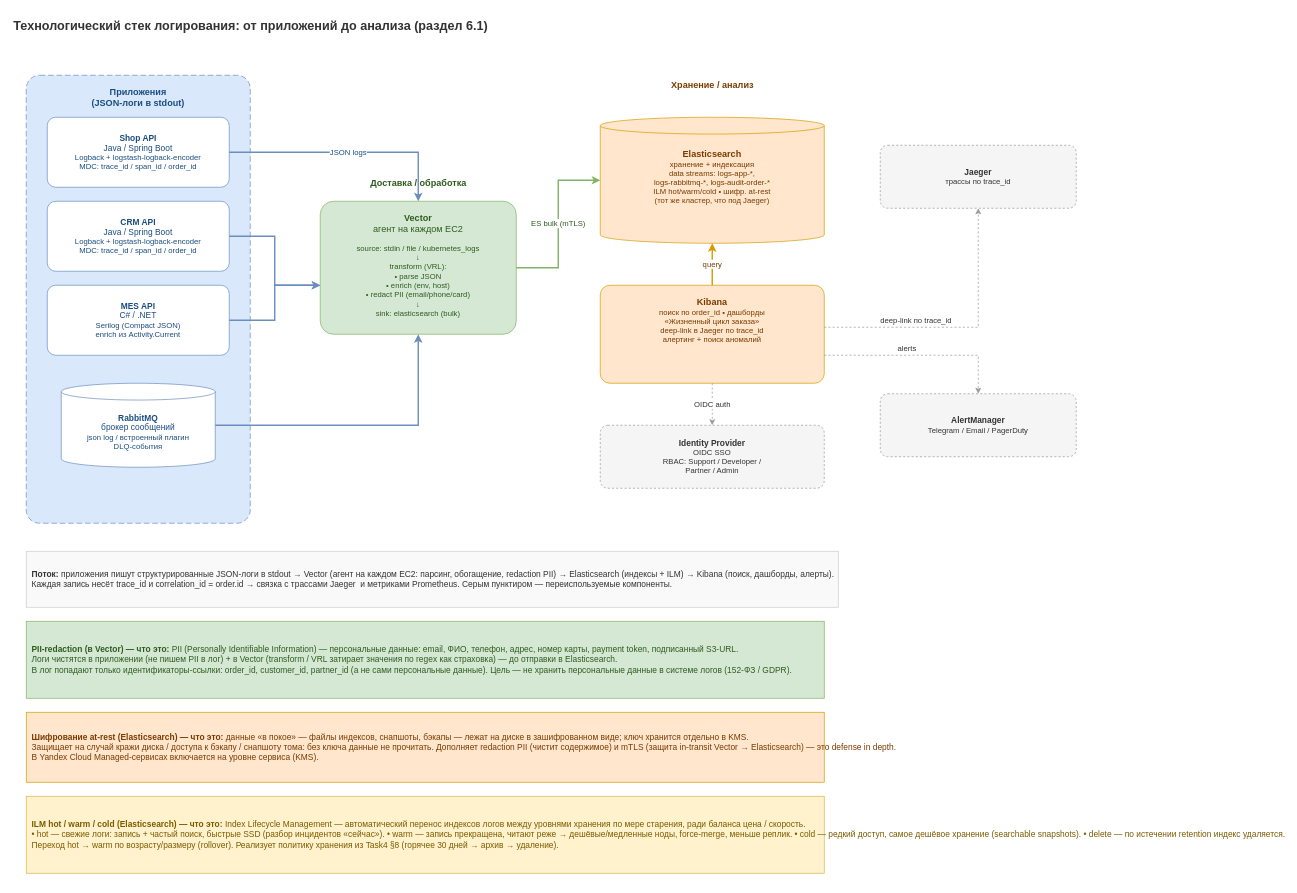
This is Task4/logging_pipeline.drawio from akrasnikov-practicum-yandex/architecture-alexandrite, a draw.io file, before an edit. Source tidied: cells renumbered, new cells numbered last; positions are measured from the earlier drawing's top-left corner, leaving out a move shared by most shapes. Both pictures are drawn from the tidied source at 70%, with x=0, y=0 at pixel (12, 12).
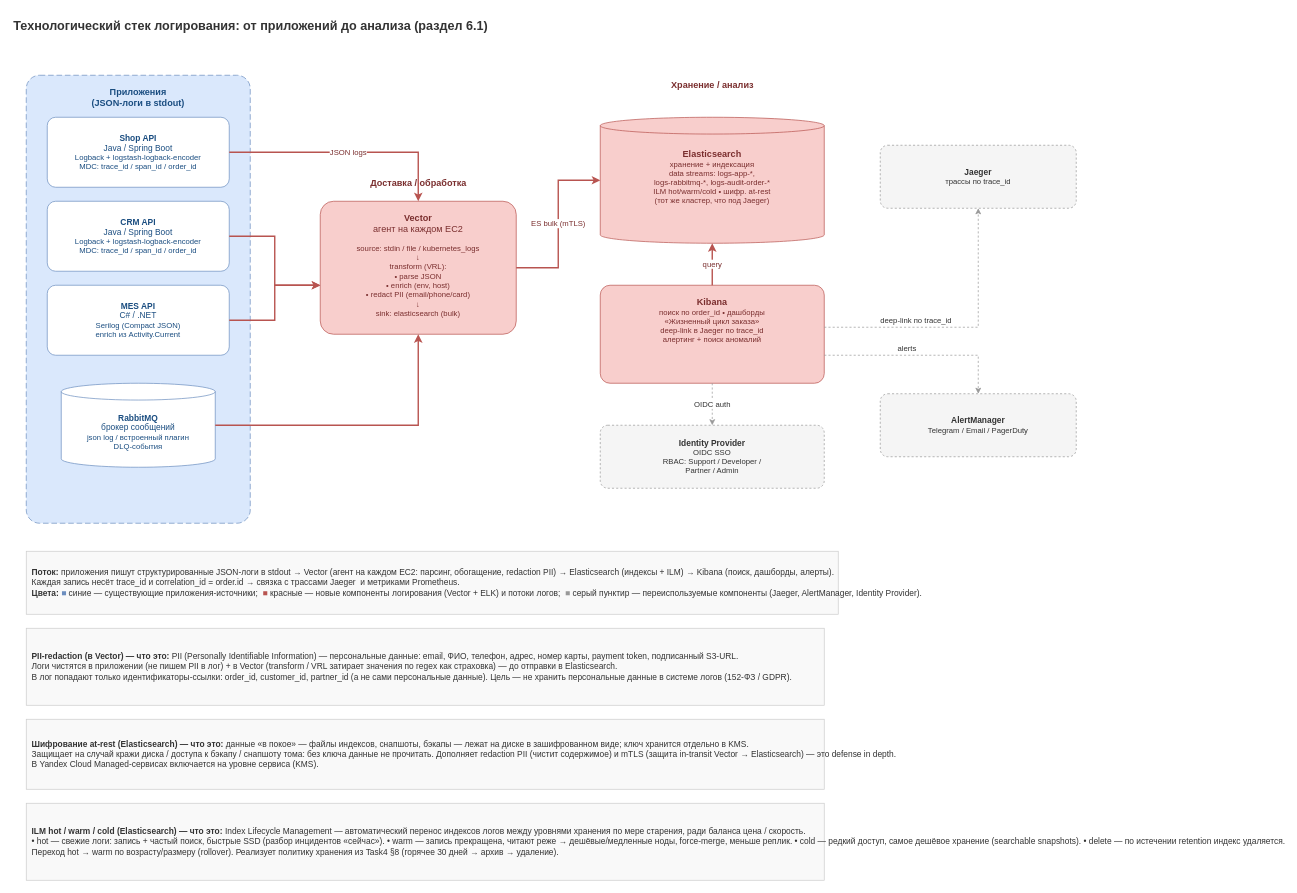
Above is the later version.

The change refers to these unchanged cells:
```xml
<mxCell id="4" value="&lt;b&gt;Shop API&lt;/b&gt;&lt;div&gt;Java / Spring Boot&lt;/div&gt;&lt;div style=&quot;font-size:11px;color:#1a4d80&quot;&gt;Logback + logstash-logback-encoder&lt;br&gt;MDC: trace_id / span_id / order_id&lt;/div&gt;" style="rounded=1;whiteSpace=wrap;html=1;fillColor=#ffffff;strokeColor=#6c8ebf;fontColor=#1a4d80;fontSize=12;arcSize=12;" parent="1" vertex="1">
  <mxGeometry x="50" y="150" width="260" height="100" as="geometry" />
</mxCell>
<mxCell id="5" value="&lt;b&gt;CRM API&lt;/b&gt;&lt;div&gt;Java / Spring Boot&lt;/div&gt;&lt;div style=&quot;font-size:11px;color:#1a4d80&quot;&gt;Logback + logstash-logback-encoder&lt;br&gt;MDC: trace_id / span_id / order_id&lt;/div&gt;" style="rounded=1;whiteSpace=wrap;html=1;fillColor=#ffffff;strokeColor=#6c8ebf;fontColor=#1a4d80;fontSize=12;arcSize=12;" parent="1" vertex="1">
  <mxGeometry x="50" y="270" width="260" height="100" as="geometry" />
</mxCell>
<mxCell id="6" value="&lt;b&gt;MES API&lt;/b&gt;&lt;div&gt;C# / .NET&lt;/div&gt;&lt;div style=&quot;font-size:11px;color:#1a4d80&quot;&gt;Serilog (Compact JSON)&lt;br&gt;enrich из Activity.Current&lt;/div&gt;" style="rounded=1;whiteSpace=wrap;html=1;fillColor=#ffffff;strokeColor=#6c8ebf;fontColor=#1a4d80;fontSize=12;arcSize=12;" parent="1" vertex="1">
  <mxGeometry x="50" y="390" width="260" height="100" as="geometry" />
</mxCell>
<mxCell id="7" value="&lt;b&gt;RabbitMQ&lt;/b&gt;&lt;div&gt;брокер сообщений&lt;/div&gt;&lt;div style=&quot;font-size:11px;color:#1a4d80&quot;&gt;json log / встроенный плагин&lt;br&gt;DLQ-события&lt;/div&gt;" style="shape=cylinder3;size=12;whiteSpace=wrap;html=1;boundedLbl=1;fillColor=#ffffff;strokeColor=#6c8ebf;fontColor=#1a4d80;fontSize=12;" parent="1" vertex="1">
  <mxGeometry x="70" y="530" width="220" height="120" as="geometry" />
</mxCell>
```

Change to the diagram source:
```diff
@@
-    <mxCell id="8" value="&lt;b&gt;Vector&lt;/b&gt;&lt;div&gt;агент на каждом EC2&lt;/div&gt;&lt;div style=&quot;font-size:11px;color:#2e5b1f&quot;&gt;&lt;br&gt;source: stdin / file / kubernetes_logs&lt;br&gt;↓&lt;br&gt;transform (VRL):&lt;br&gt;• parse JSON&lt;br&gt;• enrich (env, host)&lt;br&gt;• redact PII (email/phone/card)&lt;br&gt;↓&lt;br&gt;sink: elasticsearch (bulk)&lt;/div&gt;" style="rounded=1;whiteSpace=wrap;html=1;fillColor=#d5e8d4;strokeColor=#82b366;fontColor=#2e5b1f;fontSize=13;arcSize=10;verticalAlign=top;spacingTop=10;" parent="1" vertex="1">
+    <mxCell id="8" value="&lt;b&gt;Vector&lt;/b&gt;&lt;div&gt;агент на каждом EC2&lt;/div&gt;&lt;div style=&quot;font-size:11px;color:#7a2e2e&quot;&gt;&lt;br&gt;source: stdin / file / kubernetes_logs&lt;br&gt;↓&lt;br&gt;transform (VRL):&lt;br&gt;• parse JSON&lt;br&gt;• enrich (env, host)&lt;br&gt;• redact PII (email/phone/card)&lt;br&gt;↓&lt;br&gt;sink: elasticsearch (bulk)&lt;/div&gt;" style="rounded=1;whiteSpace=wrap;html=1;fillColor=#f8cecc;strokeColor=#b85450;fontColor=#7a2e2e;fontSize=13;arcSize=10;verticalAlign=top;spacingTop=10;" parent="1" vertex="1">
       <mxGeometry x="440" y="270" width="280" height="190" as="geometry" />
     </mxCell>
-    <mxCell id="9" value="Доставка / обработка" style="text;html=1;align=center;fontSize=13;fontStyle=1;fontColor=#2e5b1f;" parent="1" vertex="1">
+    <mxCell id="9" value="Доставка / обработка" style="text;html=1;align=center;fontSize=13;fontStyle=1;fontColor=#7a2e2e;" parent="1" vertex="1">
       <mxGeometry x="440" y="230" width="280" height="30" as="geometry" />
     </mxCell>
-    <mxCell id="10" value="Хранение / анализ" style="text;html=1;align=center;fontSize=13;fontStyle=1;fontColor=#7a3b00;" parent="1" vertex="1">
+    <mxCell id="10" value="Хранение / анализ" style="text;html=1;align=center;fontSize=13;fontStyle=1;fontColor=#7a2e2e;" parent="1" vertex="1">
       <mxGeometry x="840" y="90" width="320" height="30" as="geometry" />
     </mxCell>
-    <mxCell id="11" value="&lt;b&gt;Elasticsearch&lt;/b&gt;&lt;div style=&quot;font-size: 11px; color: rgb(122, 59, 0);&quot;&gt;хранение + индексация&lt;br&gt;data streams: logs-app-*,&lt;br&gt;logs-rabbitmq-*, logs-audit-order-*&lt;br&gt;ILM hot/warm/cold • шифр. at-rest&lt;br&gt;(тот же кластер, что под Jaeger)&lt;/div&gt;" style="shape=cylinder3;size=12;whiteSpace=wrap;html=1;boundedLbl=1;fillColor=#ffe6cc;strokeColor=#d79b00;fontColor=#7a3b00;fontSize=13;verticalAlign=top;spacingTop=14;" parent="1" vertex="1">
+    <mxCell id="11" value="&lt;b&gt;Elasticsearch&lt;/b&gt;&lt;div style=&quot;font-size: 11px; color: rgb(122, 46, 46);&quot;&gt;хранение + индексация&lt;br&gt;data streams: logs-app-*,&lt;br&gt;logs-rabbitmq-*, logs-audit-order-*&lt;br&gt;ILM hot/warm/cold • шифр. at-rest&lt;br&gt;(тот же кластер, что под Jaeger)&lt;/div&gt;" style="shape=cylinder3;size=12;whiteSpace=wrap;html=1;boundedLbl=1;fillColor=#f8cecc;strokeColor=#b85450;fontColor=#7a2e2e;fontSize=13;verticalAlign=top;spacingTop=14;" parent="1" vertex="1">
       <mxGeometry x="840" y="150" width="320" height="180" as="geometry" />
     </mxCell>
-    <mxCell id="12" value="&lt;b&gt;Kibana&lt;/b&gt;&lt;div style=&quot;font-size:11px;color:#7a3b00&quot;&gt;поиск по order_id • дашборды&lt;br&gt;«Жизненный цикл заказа»&lt;br&gt;deep-link в Jaeger по trace_id&lt;br&gt;алертинг + поиск аномалий&lt;/div&gt;" style="rounded=1;whiteSpace=wrap;html=1;fillColor=#ffe6cc;strokeColor=#d79b00;fontColor=#7a3b00;fontSize=13;arcSize=10;verticalAlign=top;spacingTop=10;" parent="1" vertex="1">
+    <mxCell id="12" value="&lt;b&gt;Kibana&lt;/b&gt;&lt;div style=&quot;font-size:11px;color:#7a2e2e&quot;&gt;поиск по order_id • дашборды&lt;br&gt;«Жизненный цикл заказа»&lt;br&gt;deep-link в Jaeger по trace_id&lt;br&gt;алертинг + поиск аномалий&lt;/div&gt;" style="rounded=1;whiteSpace=wrap;html=1;fillColor=#f8cecc;strokeColor=#b85450;fontColor=#7a2e2e;fontSize=13;arcSize=10;verticalAlign=top;spacingTop=10;" parent="1" vertex="1">
       <mxGeometry x="840" y="390" width="320" height="140" as="geometry" />
     </mxCell>
@@
-    <mxCell id="16" value="JSON logs" style="edgeStyle=orthogonalEdgeStyle;rounded=0;html=1;endArrow=classic;endFill=1;strokeColor=#6c8ebf;fontColor=#1a4d80;fontSize=11;strokeWidth=2;" parent="1" edge="1" source="4" target="8">
+    <mxCell id="16" value="JSON logs" style="edgeStyle=orthogonalEdgeStyle;rounded=0;html=1;endArrow=classic;endFill=1;strokeColor=#b85450;fontColor=#7a2e2e;fontSize=11;strokeWidth=2;" parent="1" edge="1" source="4" target="8">
       <mxGeometry relative="1" as="geometry" />
     </mxCell>
-    <mxCell id="17" style="edgeStyle=orthogonalEdgeStyle;rounded=0;html=1;endArrow=classic;endFill=1;strokeColor=#6c8ebf;fontColor=#1a4d80;fontSize=11;strokeWidth=2;" parent="1" edge="1" source="5" target="8">
+    <mxCell id="17" style="edgeStyle=orthogonalEdgeStyle;rounded=0;html=1;endArrow=classic;endFill=1;strokeColor=#b85450;fontColor=#7a2e2e;fontSize=11;strokeWidth=2;" parent="1" edge="1" source="5" target="8">
       <mxGeometry relative="1" as="geometry">
         <Array as="points">
           <mxPoint x="375" y="320" />
           <mxPoint x="375" y="390" />
         </Array>
       </mxGeometry>
     </mxCell>
-    <mxCell id="18" style="edgeStyle=orthogonalEdgeStyle;rounded=0;html=1;endArrow=classic;endFill=1;strokeColor=#6c8ebf;fontColor=#1a4d80;fontSize=11;strokeWidth=2;" parent="1" edge="1" source="6" target="8">
+    <mxCell id="18" style="edgeStyle=orthogonalEdgeStyle;rounded=0;html=1;endArrow=classic;endFill=1;strokeColor=#b85450;fontColor=#7a2e2e;fontSize=11;strokeWidth=2;" parent="1" edge="1" source="6" target="8">
       <mxGeometry relative="1" as="geometry">
         <Array as="points">
           <mxPoint x="375" y="440" />
           <mxPoint x="375" y="390" />
         </Array>
       </mxGeometry>
     </mxCell>
-    <mxCell id="19" style="edgeStyle=orthogonalEdgeStyle;rounded=0;html=1;endArrow=classic;endFill=1;strokeColor=#6c8ebf;fontColor=#1a4d80;fontSize=11;strokeWidth=2;" parent="1" edge="1" source="7" target="8">
+    <mxCell id="19" style="edgeStyle=orthogonalEdgeStyle;rounded=0;html=1;endArrow=classic;endFill=1;strokeColor=#b85450;fontColor=#7a2e2e;fontSize=11;strokeWidth=2;" parent="1" edge="1" source="7" target="8">
       <mxGeometry relative="1" as="geometry">
         <Array as="points">
           <mxPoint x="580" y="590" />
         </Array>
       </mxGeometry>
     </mxCell>
-    <mxCell id="20" value="ES bulk (mTLS)" style="edgeStyle=orthogonalEdgeStyle;rounded=0;html=1;endArrow=classic;endFill=1;strokeColor=#82b366;fontColor=#2e5b1f;fontSize=11;strokeWidth=2;" parent="1" edge="1" source="8" target="11">
+    <mxCell id="20" value="ES bulk (mTLS)" style="edgeStyle=orthogonalEdgeStyle;rounded=0;html=1;endArrow=classic;endFill=1;strokeColor=#b85450;fontColor=#7a2e2e;fontSize=11;strokeWidth=2;" parent="1" edge="1" source="8" target="11">
       <mxGeometry relative="1" as="geometry" />
     </mxCell>
-    <mxCell id="21" value="query" style="edgeStyle=orthogonalEdgeStyle;rounded=0;html=1;endArrow=classic;endFill=1;strokeColor=#d79b00;fontColor=#7a3b00;fontSize=11;strokeWidth=2;" parent="1" edge="1" source="12" target="11">
+    <mxCell id="21" value="query" style="edgeStyle=orthogonalEdgeStyle;rounded=0;html=1;endArrow=classic;endFill=1;strokeColor=#b85450;fontColor=#7a2e2e;fontSize=11;strokeWidth=2;" parent="1" edge="1" source="12" target="11">
       <mxGeometry relative="1" as="geometry" />
     </mxCell>
@@
-    <mxCell id="25" value="&lt;b&gt;Поток:&lt;/b&gt; приложения пишут структурированные JSON-логи в stdout → Vector (агент на каждом EC2: парсинг, обогащение, redaction PII) → Elasticsearch (индексы + ILM) → Kibana (поиск, дашборды, алерты).&lt;br&gt;Каждая запись несёт trace_id и correlation_id = order.id → связка с трассами Jaeger&amp;nbsp; и метриками Prometheus. Серым пунктиром — переиспользуемые компоненты." style="text;html=1;align=left;verticalAlign=middle;fillColor=#f9f9f9;strokeColor=#cccccc;fontColor=#333333;fontSize=12;spacing=8;" parent="1" vertex="1">
-      <mxGeometry x="20" y="770" width="1160" height="80" as="geometry" />
+    <mxCell id="25" value="&lt;b&gt;Поток:&lt;/b&gt; приложения пишут структурированные JSON-логи в stdout → Vector (агент на каждом EC2: парсинг, обогащение, redaction PII) → Elasticsearch (индексы + ILM) → Kibana (поиск, дашборды, алерты).&lt;br&gt;Каждая запись несёт trace_id и correlation_id = order.id → связка с трассами Jaeger&amp;nbsp; и метриками Prometheus.&lt;br&gt;&lt;b&gt;Цвета:&lt;/b&gt; &lt;font color=&quot;#6c8ebf&quot;&gt;■&lt;/font&gt; синие — существующие приложения-источники;&amp;nbsp; &lt;font color=&quot;#b85450&quot;&gt;■&lt;/font&gt; красные — новые компоненты логирования (Vector + ELK) и потоки логов;&amp;nbsp; &lt;font color=&quot;#999999&quot;&gt;■&lt;/font&gt; серый пунктир — переиспользуемые компоненты (Jaeger, AlertManager, Identity Provider)." style="text;html=1;align=left;verticalAlign=middle;fillColor=#f9f9f9;strokeColor=#cccccc;fontColor=#333333;fontSize=12;spacing=8;" parent="1" vertex="1">
+      <mxGeometry x="20" y="770" width="1160" height="90" as="geometry" />
     </mxCell>
-    <mxCell id="26" value="&lt;b&gt;PII-redaction (в Vector) — что это:&lt;/b&gt; PII (Personally Identifiable Information) — персональные данные: email, ФИО, телефон, адрес, номер карты, payment token, подписанный S3-URL.&lt;br&gt;Логи чистятся в приложении (не пишем PII в лог) + в Vector (transform / VRL затирает значения по regex как страховка) — до отправки в Elasticsearch.&lt;br&gt;В лог попадают только идентификаторы-ссылки: order_id, customer_id, partner_id (а не сами персональные данные). Цель — не хранить персональные данные в системе логов (152-ФЗ / GDPR)." style="text;html=1;align=left;verticalAlign=middle;fillColor=#d5e8d4;strokeColor=#82b366;fontColor=#2e5b1f;fontSize=12;spacing=8;" parent="1" vertex="1">
-      <mxGeometry x="20" y="870" width="1140" height="110" as="geometry" />
+    <mxCell id="26" value="&lt;b&gt;PII-redaction (в Vector) — что это:&lt;/b&gt; PII (Personally Identifiable Information) — персональные данные: email, ФИО, телефон, адрес, номер карты, payment token, подписанный S3-URL.&lt;br&gt;Логи чистятся в приложении (не пишем PII в лог) + в Vector (transform / VRL затирает значения по regex как страховка) — до отправки в Elasticsearch.&lt;br&gt;В лог попадают только идентификаторы-ссылки: order_id, customer_id, partner_id (а не сами персональные данные). Цель — не хранить персональные данные в системе логов (152-ФЗ / GDPR)." style="text;html=1;align=left;verticalAlign=middle;fillColor=#f9f9f9;strokeColor=#cccccc;fontColor=#333333;fontSize=12;spacing=8;" parent="1" vertex="1">
+      <mxGeometry x="20" y="880" width="1140" height="110" as="geometry" />
     </mxCell>
-    <mxCell id="27" value="&lt;b&gt;Шифрование at-rest (Elasticsearch) — что это:&lt;/b&gt; данные «в покое» — файлы индексов, снапшоты, бэкапы — лежат на диске в зашифрованном виде; ключ хранится отдельно в KMS.&#10;Защищает на случай кражи диска / доступа к бэкапу / снапшоту тома: без ключа данные не прочитать. Дополняет redaction PII (чистит содержимое) и mTLS (защита in-transit Vector → Elasticsearch) — это defense in depth.&#10;В Yandex Cloud Managed-сервисах включается на уровне сервиса (KMS)." style="text;html=1;align=left;verticalAlign=middle;fillColor=#ffe6cc;strokeColor=#d79b00;fontColor=#7a3b00;fontSize=12;spacing=8;" parent="1" vertex="1">
-      <mxGeometry x="20" y="1000" width="1140" height="100" as="geometry" />
+    <mxCell id="27" value="&lt;b&gt;Шифрование at-rest (Elasticsearch) — что это:&lt;/b&gt; данные «в покое» — файлы индексов, снапшоты, бэкапы — лежат на диске в зашифрованном виде; ключ хранится отдельно в KMS.&#10;Защищает на случай кражи диска / доступа к бэкапу / снапшоту тома: без ключа данные не прочитать. Дополняет redaction PII (чистит содержимое) и mTLS (защита in-transit Vector → Elasticsearch) — это defense in depth.&#10;В Yandex Cloud Managed-сервисах включается на уровне сервиса (KMS)." style="text;html=1;align=left;verticalAlign=middle;fillColor=#f9f9f9;strokeColor=#cccccc;fontColor=#333333;fontSize=12;spacing=8;" parent="1" vertex="1">
+      <mxGeometry x="20" y="1010" width="1140" height="100" as="geometry" />
     </mxCell>
-    <mxCell id="28" value="&lt;b&gt;ILM hot / warm / cold (Elasticsearch) — что это:&lt;/b&gt; Index Lifecycle Management — автоматический перенос индексов логов между уровнями хранения по мере старения, ради баланса цена / скорость.&#10;• hot — свежие логи: запись + частый поиск, быстрые SSD (разбор инцидентов «сейчас»). • warm — запись прекращена, читают реже → дешёвые/медленные ноды, force-merge, меньше реплик. • cold — редкий доступ, самое дешёвое хранение (searchable snapshots). • delete — по истечении retention индекс удаляется.&#10;Переход hot → warm по возрасту/размеру (rollover). Реализует политику хранения из Task4 §8 (горячее 30 дней → архив → удаление)." style="text;html=1;align=left;verticalAlign=middle;fillColor=#fff2cc;strokeColor=#d6b656;fontColor=#7a5b00;fontSize=12;spacing=8;" parent="1" vertex="1">
-      <mxGeometry x="20" y="1120" width="1140" height="110" as="geometry" />
+    <mxCell id="28" value="&lt;b&gt;ILM hot / warm / cold (Elasticsearch) — что это:&lt;/b&gt; Index Lifecycle Management — автоматический перенос индексов логов между уровнями хранения по мере старения, ради баланса цена / скорость.&#10;• hot — свежие логи: запись + частый поиск, быстрые SSD (разбор инцидентов «сейчас»). • warm — запись прекращена, читают реже → дешёвые/медленные ноды, force-merge, меньше реплик. • cold — редкий доступ, самое дешёвое хранение (searchable snapshots). • delete — по истечении retention индекс удаляется.&#10;Переход hot → warm по возрасту/размеру (rollover). Реализует политику хранения из Task4 §8 (горячее 30 дней → архив → удаление)." style="text;html=1;align=left;verticalAlign=middle;fillColor=#f9f9f9;strokeColor=#cccccc;fontColor=#333333;fontSize=12;spacing=8;" parent="1" vertex="1">
+      <mxGeometry x="20" y="1130" width="1140" height="110" as="geometry" />
     </mxCell>
```
